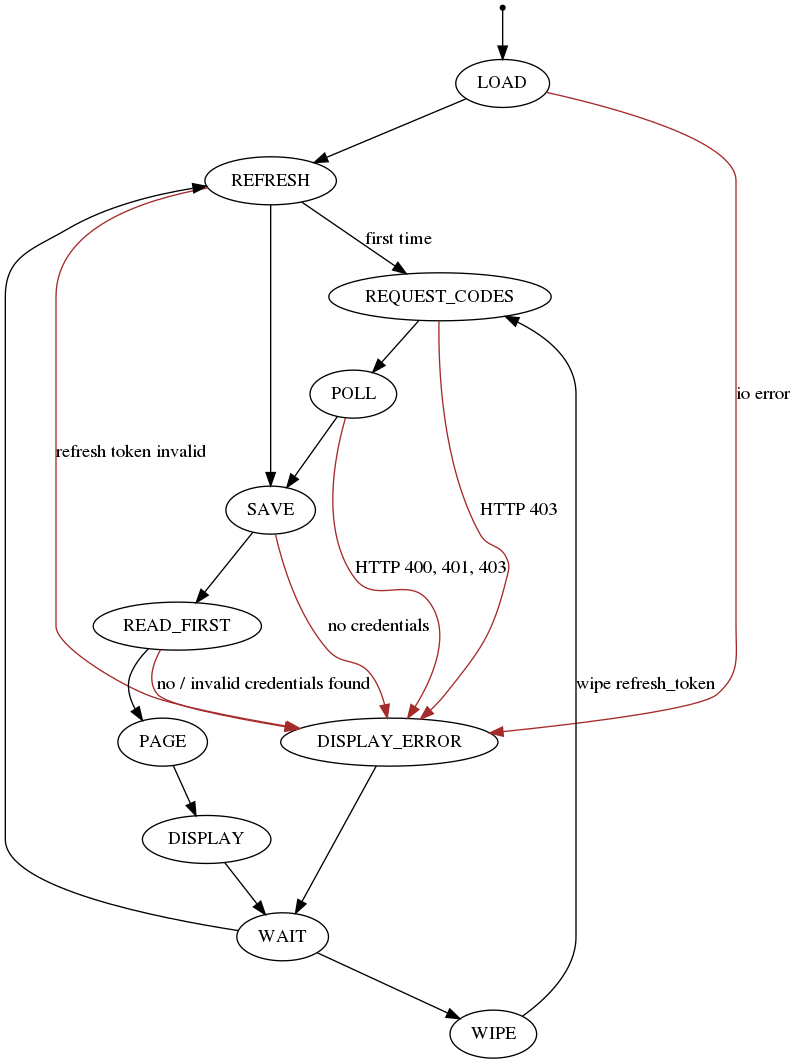
The Graphviz diagram docs/std.png in kieranjwhite/calendar_mirror, before a commit. Its source is kept beside it as docs/std.dot.
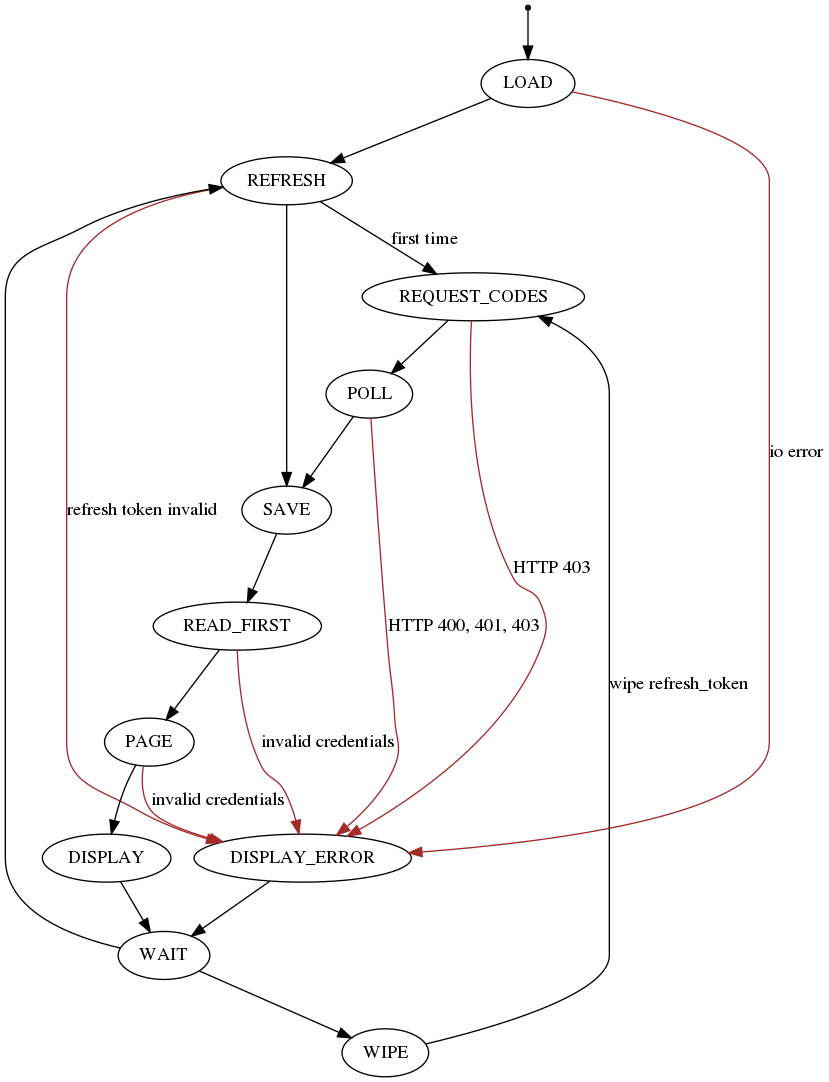
Later version of the same file.

Diff of the diagram source:
```diff
@@ -27,10 +27,10 @@
 "REQUEST_CODES" -> "POLL";
 "LOAD" -> "DISPLAY_ERROR" [ label="io error" color="brown"];
 "POLL" -> "DISPLAY_ERROR" [label="HTTP 400, 401, 403" color="brown"];
-"READ_FIRST" -> "DISPLAY_ERROR" [ label="no / invalid credentials found" color="brown"];
+"READ_FIRST" -> "DISPLAY_ERROR" [ label="invalid credentials" color="brown"];
+"PAGE" -> "DISPLAY_ERROR" [ label="invalid credentials" color="brown"];
 "REFRESH" -> "DISPLAY_ERROR" [ label="refresh token invalid", color="brown"];
 "REQUEST_CODES" -> "DISPLAY_ERROR" [label="HTTP 403" color="brown"];
-"SAVE" -> "DISPLAY_ERROR" [label="no credentials" color="brown"];
 "POLL" -> "SAVE";
 "REFRESH" -> "SAVE";
 "READ_FIRST" -> "PAGE";
```
